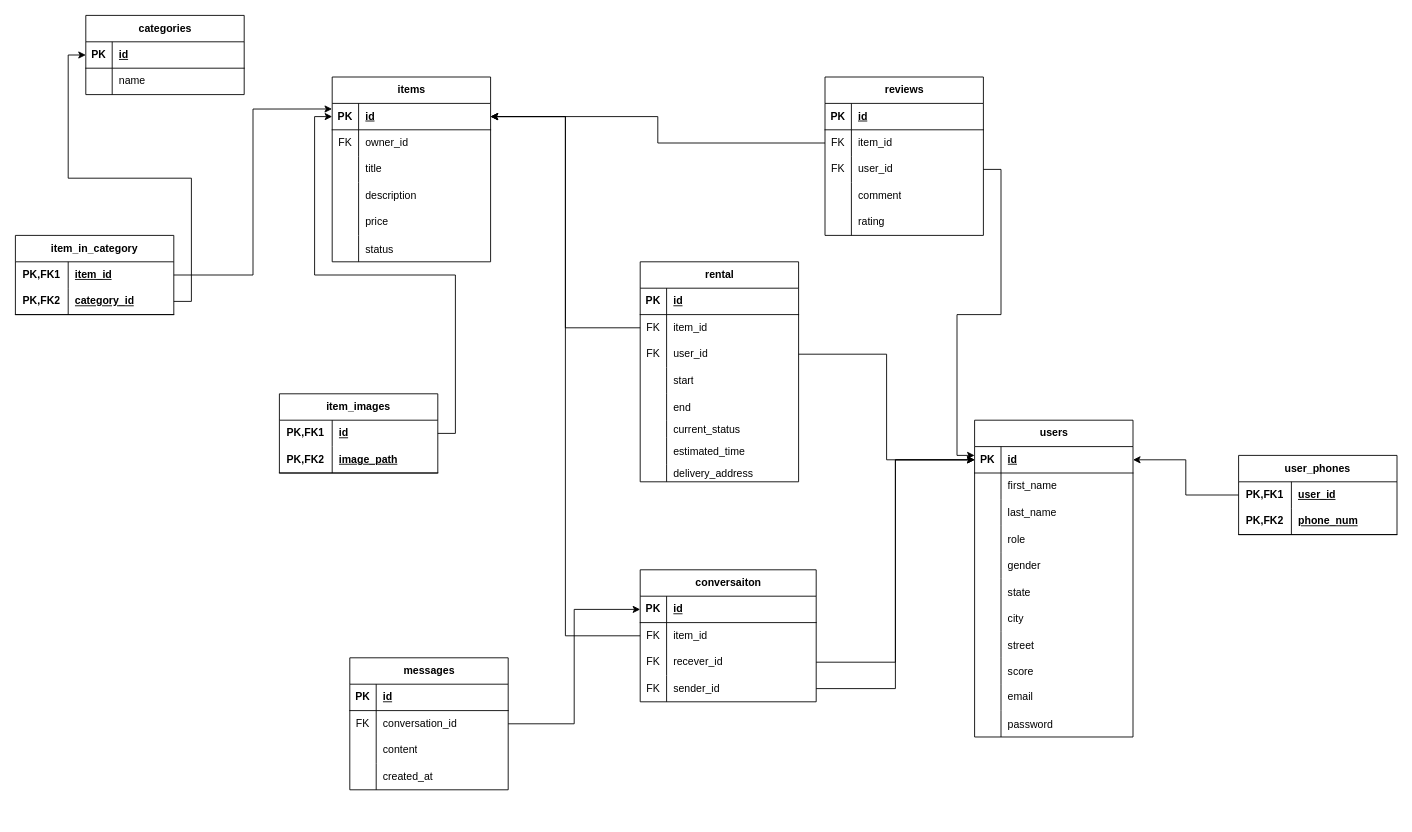
Earlier version of the draw.io diagram documents/my_rental_app.drawio (ZiadMostafaGit/graduation-project). Source tidied: cells renumbered, new cells numbered last; positions are measured from the earlier drawing's top-left corner, leaving out a move shared by most shapes. Both pictures are drawn from the tidied source at 88%, with x=0, y=0 at pixel (15, 15).
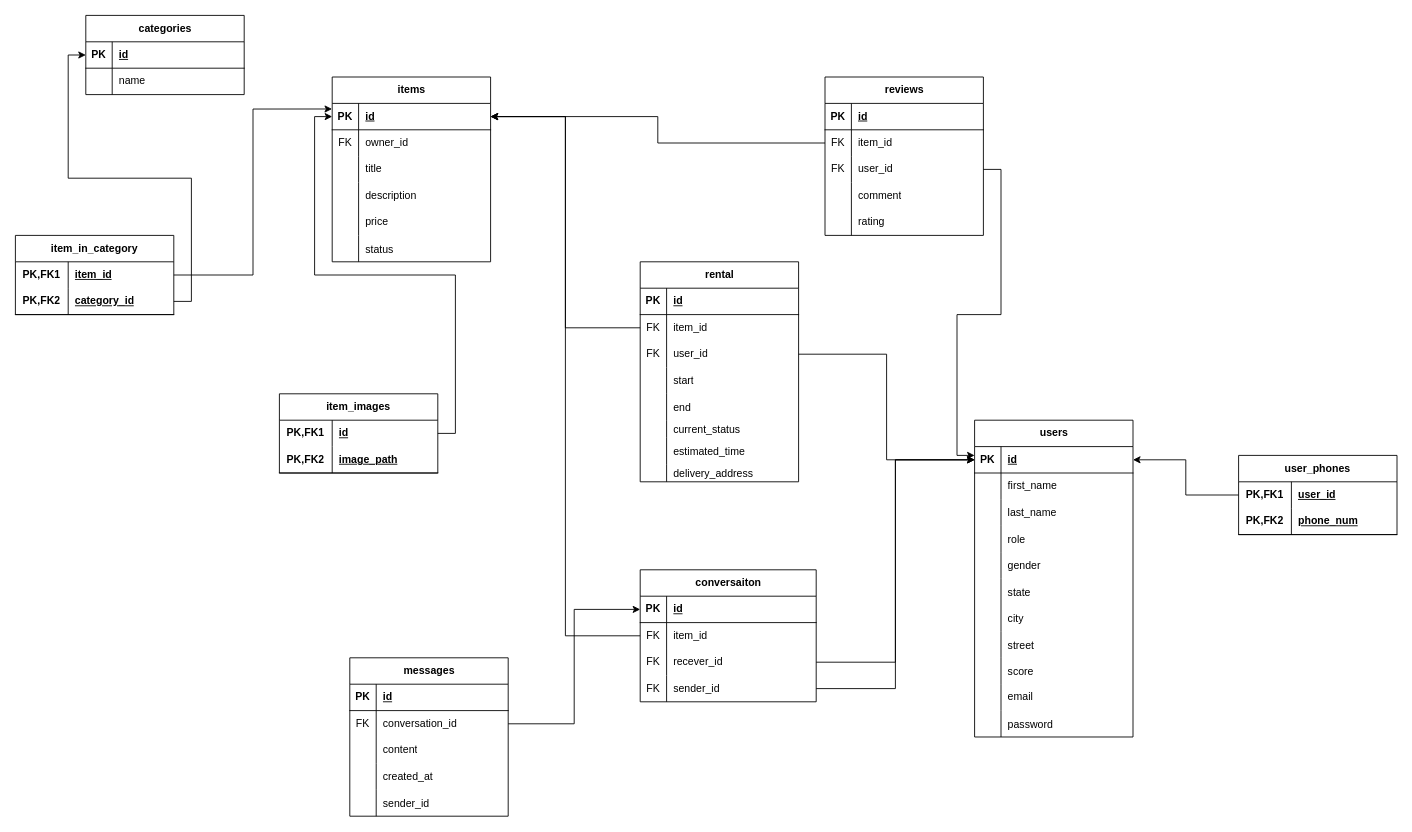
The same diagram, later.

Diff of the diagram source:
```diff
@@
     <mxCell id="112" value="messages" style="shape=table;startSize=30;childLayout=tableLayout;rowLines=0;fontStyle=1;align=center;html=1;" parent="1" vertex="1">
-      <mxGeometry x="380" y="730" width="180" height="150" as="geometry" />
+      <mxGeometry x="380" y="730" width="180" height="180" as="geometry" />
     </mxCell>
@@
+    <mxCell id="162" style="shape=tableRow;horizontal=0;startSize=0;swimlaneHead=0;swimlaneBody=0;fillColor=none;top=0;left=0;right=0;bottom=0;" parent="112" vertex="1">
+      <mxGeometry y="150" width="180" height="30" as="geometry" />
+    </mxCell>
+    <mxCell id="163" style="shape=partialRectangle;fillColor=none;top=0;left=0;bottom=0;right=0;overflow=hidden;" parent="162" vertex="1">
+      <mxGeometry width="30" height="30" as="geometry" />
+    </mxCell>
+    <mxCell id="164" value="sender_id" style="shape=partialRectangle;fillColor=none;top=0;left=0;bottom=0;right=0;align=left;spacingLeft=6;overflow=hidden;" parent="162" vertex="1">
+      <mxGeometry x="30" width="150" height="30" as="geometry" />
+    </mxCell>
```
